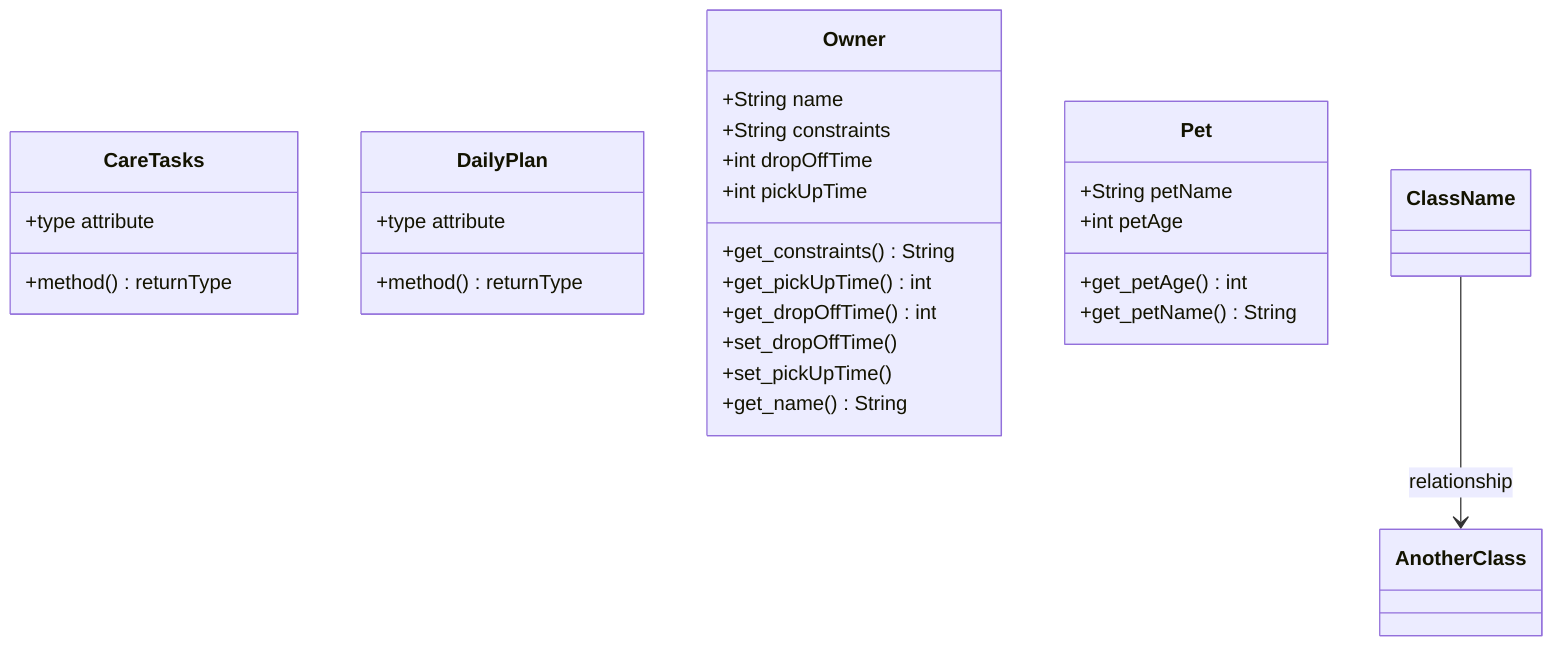
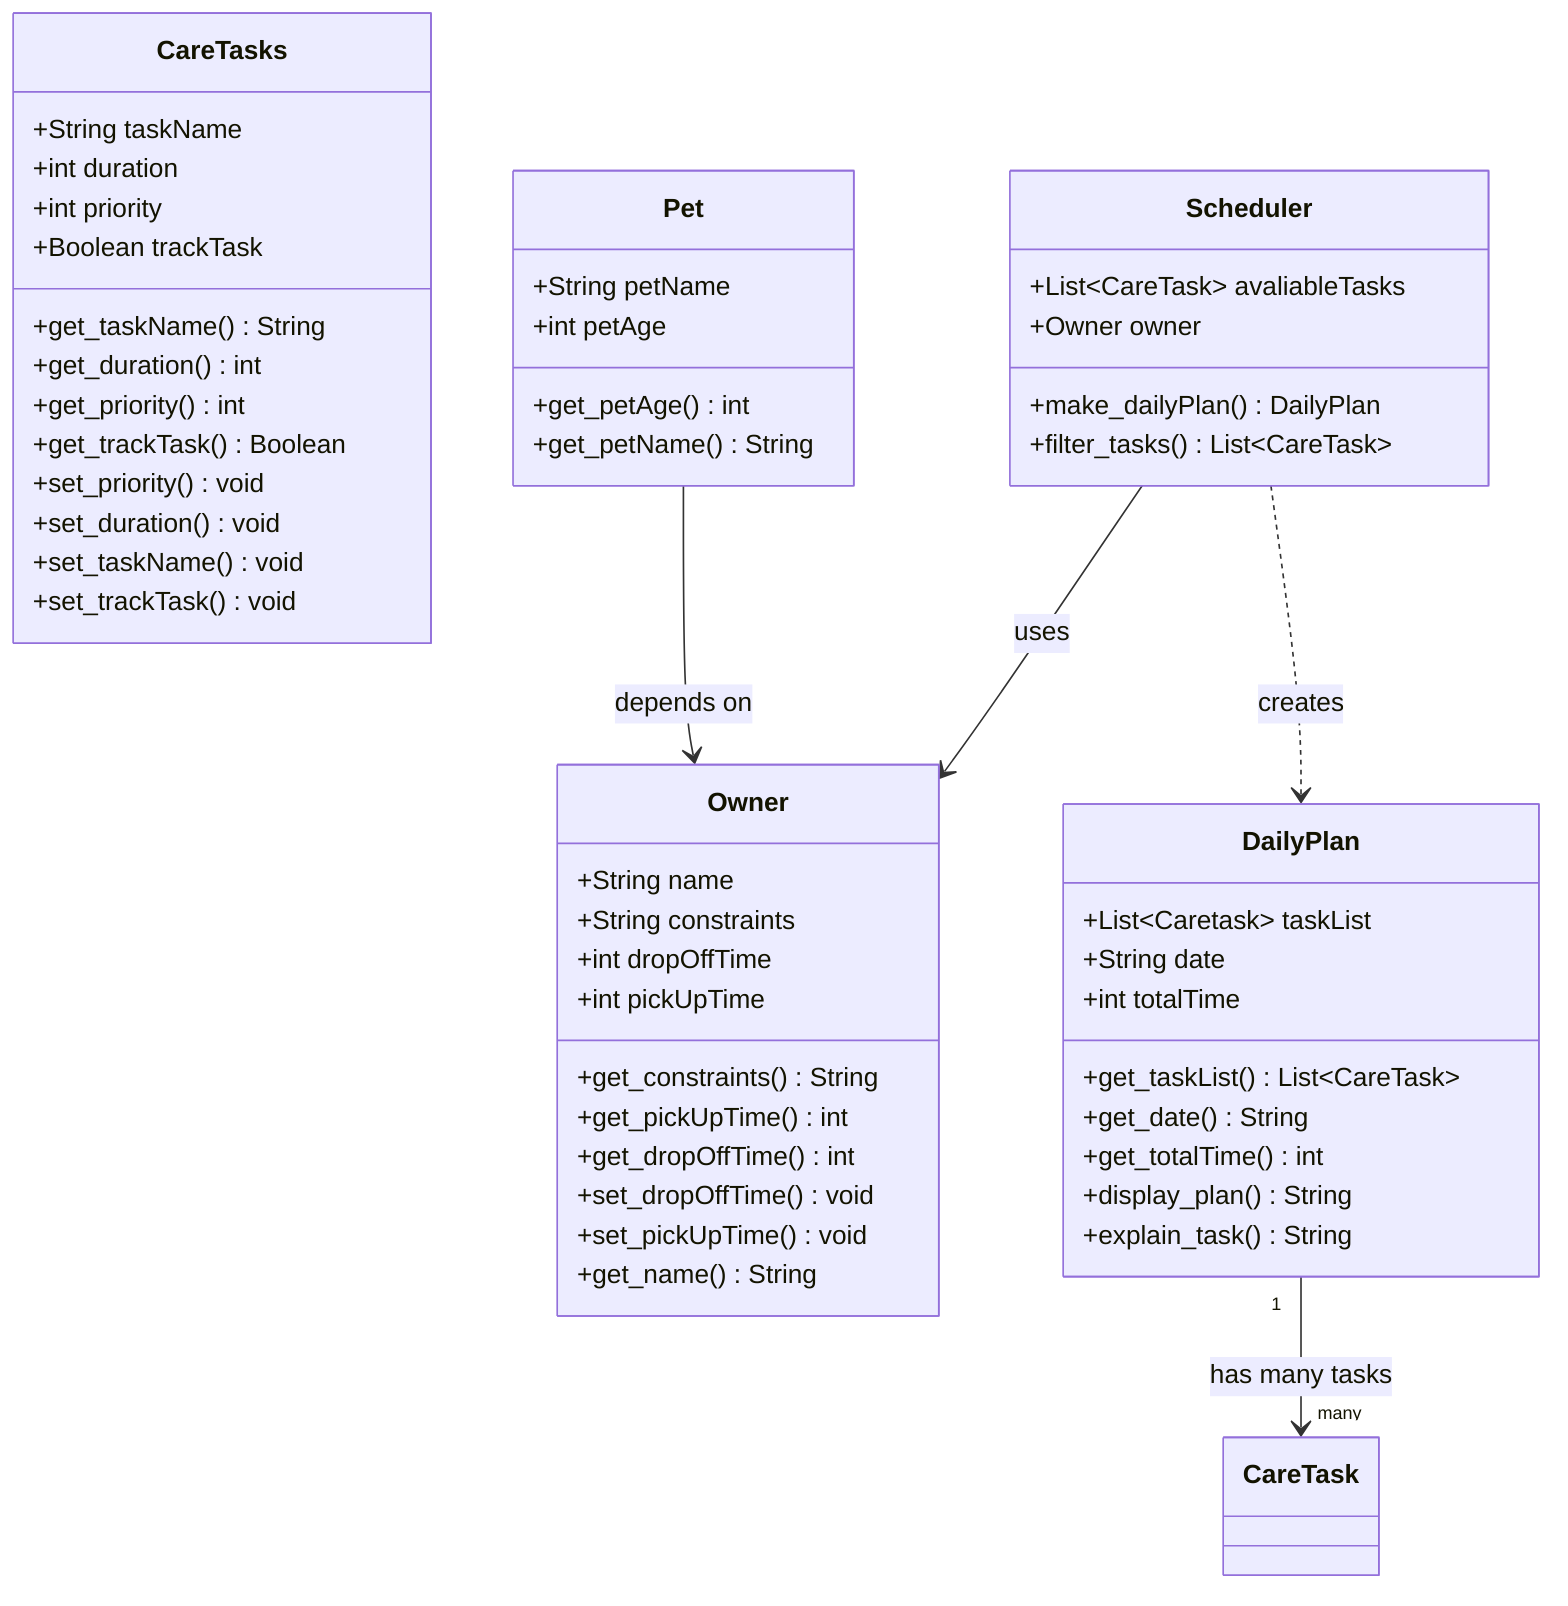
classDiagram
    %% Replace the placeholders below with your actual classes, attributes, methods, and relationships.
    %% Keep this file updated so it matches your final implementation.

    class CareTasks {
-         +type attribute
-         +method() returnType
+         +String taskName
+         +int duration
+         +int priority
+         +Boolean trackTask
+         +get_taskName() String
+         +get_duration() int
+         +get_priority() int
+         +get_trackTask() Boolean
+         +set_priority() void
+         +set_duration() void
+         +set_taskName() void
+         +set_trackTask() void
    }

    class DailyPlan {
-         +type attribute
-         +method() returnType
+         +List~Caretask~ taskList
+         +String date
+         +int totalTime
+         +get_taskList() List~CareTask~
+         +get_date() String
+         +get_totalTime() int
+         +display_plan() String
+         +explain_task() String
    }

    class Owner {
        +String name
        +String constraints
        +int dropOffTime
        +int pickUpTime
        +get_constraints() String
        +get_pickUpTime() int
        +get_dropOffTime() int
-         +set_dropOffTime()
-         +set_pickUpTime()
+         +set_dropOffTime() void
+         +set_pickUpTime() void
        +get_name() String
    }

    class Pet {
        +String petName
        +int petAge
        +get_petAge() int
        +get_petName() String
    }

-     ClassName --> AnotherClass : relationship
+     class Scheduler {
+         +List~CareTask~ avaliableTasks
+         +Owner owner
+         +make_dailyPlan() DailyPlan
+         +filter_tasks() List~CareTask~
+     }
+ 
+     Pet --> Owner : depends on
+     Scheduler --> Owner : uses
+     Scheduler ..> DailyPlan : creates
+     DailyPlan "1" --> "many" CareTask : has many tasks
